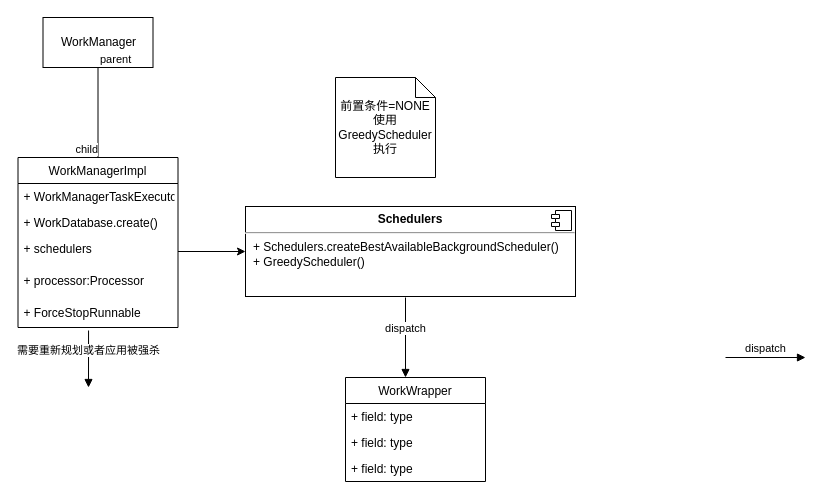
Earlier version of the draw.io diagram jetpacksourcemodule/Untitled Diagram.drawio (HadesHe/CoroutineDemo). Source tidied: cells renumbered, new cells numbered last; positions are measured from the earlier drawing's top-left corner, leaving out a move shared by most shapes. Both pictures are drawn from the tidied source at 100%, with x=0, y=0 at pixel (17, 17).
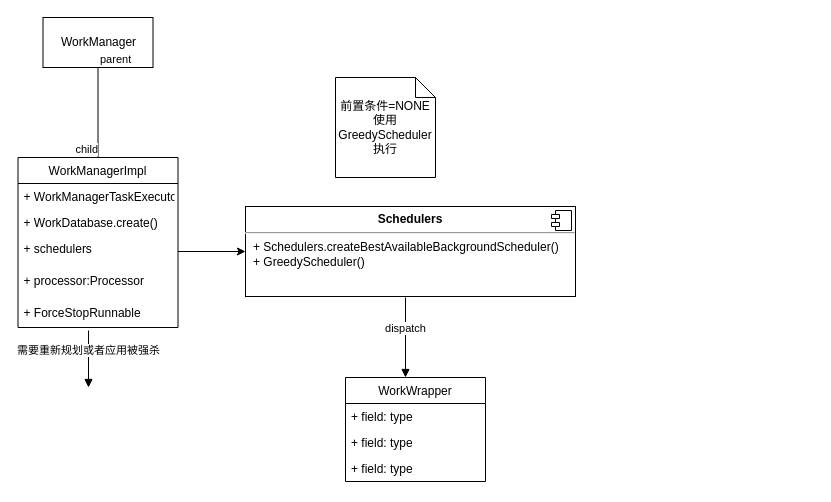
After the change.

Diff of the diagram source:
```diff
@@
-    <mxCell id="17" value="dispatch" style="html=1;verticalAlign=bottom;endArrow=block;rounded=0;" parent="1" edge="1">
-      <mxGeometry relative="1" as="geometry">
-        <mxPoint x="708" y="340" as="sourcePoint" />
-        <mxPoint x="788" y="340" as="targetPoint" />
-      </mxGeometry>
-    </mxCell>
```
